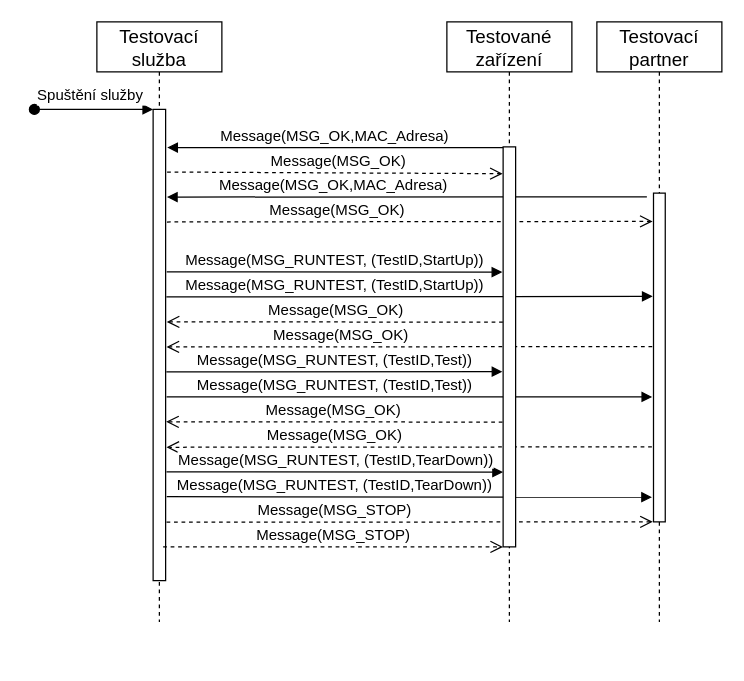
Above: assets/img/src/sequencediagram.drawio in wheeeper/bachelors-thesis (draw.io), before the change. Source tidied: cells renumbered, new cells numbered last; positions are measured from the earlier drawing's top-left corner, leaving out a move shared by most shapes. Both pictures are drawn from the tidied source at 125%, with x=0, y=0 at pixel (34, 21).
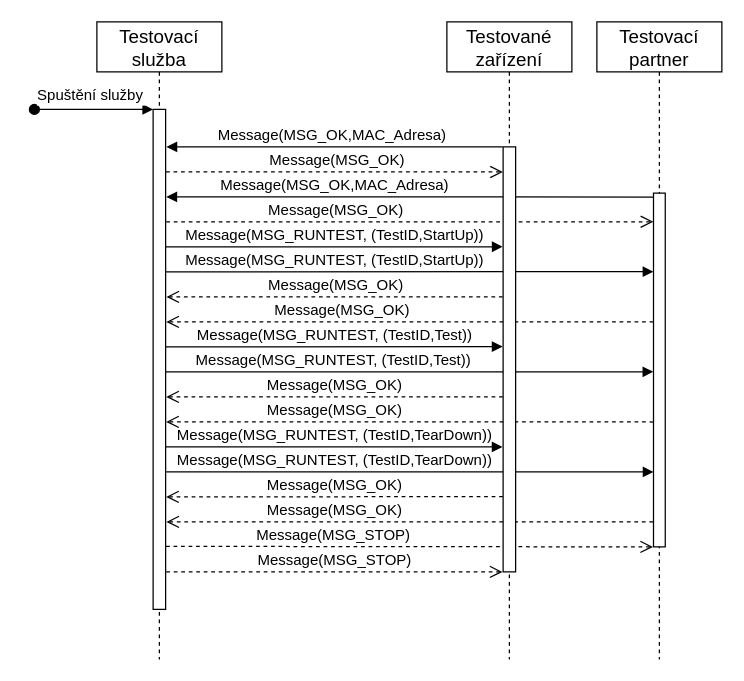
After the change.

Commit message (it also covers changes not shown here):
update sekvencniho diagramu

Change to the diagram source:
```diff
@@
+    <mxCell id="25" value="Message(MSG_OK)" style="html=1;verticalAlign=bottom;endArrow=open;dashed=1;endSize=8;fontSize=12;entryX=1.061;entryY=0.825;entryDx=0;entryDy=0;entryPerimeter=0;exitX=-0.034;exitY=0.929;exitDx=0;exitDy=0;exitPerimeter=0;" parent="1" edge="1" source="18" target="13">
+      <mxGeometry x="0.31" relative="1" as="geometry" />
+    </mxCell>
-    <mxCell id="2" value="Message(MSG_RUNTEST, (TestID,Test))" style="html=1;verticalAlign=bottom;endArrow=block;exitX=1.079;exitY=0.61;exitDx=0;exitDy=0;exitPerimeter=0;entryX=-0.111;entryY=0.62;entryDx=0;entryDy=0;entryPerimeter=0;fontSize=12;" parent="1" edge="1" source="13" target="18">
+    <mxCell id="2" value="Message(MSG_RUNTEST, (TestID,Test))" style="html=1;verticalAlign=bottom;endArrow=block;fontSize=12;exitX=1.029;exitY=0.525;exitDx=0;exitDy=0;exitPerimeter=0;entryX=-0.017;entryY=0.505;entryDx=0;entryDy=0;entryPerimeter=0;" parent="1" edge="1" source="13" target="18">
       <mxGeometry x="-0.31" relative="1" as="geometry" />
     </mxCell>
-    <mxCell id="3" value="Message(MSG_OK,MAC_Adresa)" style="html=1;verticalAlign=bottom;endArrow=block;entryX=1.107;entryY=0.186;entryDx=0;entryDy=0;entryPerimeter=0;fontSize=12;" parent="1" edge="1" target="13">
-      <mxGeometry x="0.31" relative="1" as="geometry">
-        <mxPoint x="490" y="140" as="sourcePoint" />
-      </mxGeometry>
+    <mxCell id="3" value="Message(MSG_OK,MAC_Adresa)" style="html=1;verticalAlign=bottom;endArrow=block;fontSize=12;exitX=-0.034;exitY=0.011;exitDx=0;exitDy=0;exitPerimeter=0;entryX=1.061;entryY=0.175;entryDx=0;entryDy=0;entryPerimeter=0;" parent="1" edge="1" source="18" target="13">
+      <mxGeometry x="0.31" relative="1" as="geometry" />
     </mxCell>
-    <mxCell id="4" value="Message(MSG_OK)" style="html=1;verticalAlign=bottom;endArrow=open;dashed=1;endSize=8;exitX=1.107;exitY=0.239;exitDx=0;exitDy=0;exitPerimeter=0;entryX=-0.074;entryY=0.086;entryDx=0;entryDy=0;entryPerimeter=0;fontSize=12;" parent="1" edge="1" source="13" target="18">
+    <mxCell id="4" value="Message(MSG_OK)" style="html=1;verticalAlign=bottom;endArrow=open;dashed=1;endSize=8;fontSize=12;exitX=1.048;exitY=0.225;exitDx=0;exitDy=0;exitPerimeter=0;entryX=-0.017;entryY=0.081;entryDx=0;entryDy=0;entryPerimeter=0;" parent="1" edge="1" source="13" target="18">
       <mxGeometry x="-0.3" relative="1" as="geometry" />
     </mxCell>
-    <mxCell id="5" value="Message(MSG_STOP)" style="html=1;verticalAlign=bottom;endArrow=open;dashed=1;endSize=8;exitX=1.071;exitY=0.876;exitDx=0;exitDy=0;exitPerimeter=0;entryX=-0.059;entryY=1;entryDx=0;entryDy=0;entryPerimeter=0;fontSize=12;" parent="1" edge="1" source="13" target="18">
+    <mxCell id="5" value="Message(MSG_STOP)" style="html=1;verticalAlign=bottom;endArrow=open;dashed=1;endSize=8;fontSize=12;entryX=-0.042;entryY=1;entryDx=0;entryDy=0;entryPerimeter=0;exitX=1.034;exitY=0.874;exitDx=0;exitDy=0;exitPerimeter=0;" parent="1" edge="1" source="13" target="18">
       <mxGeometry x="-0.31" relative="1" as="geometry" />
     </mxCell>
-    <mxCell id="6" value="Message(MSG_RUNTEST, (TestID,TearDown))" style="html=1;verticalAlign=bottom;endArrow=block;exitX=1.088;exitY=0.822;exitDx=0;exitDy=0;exitPerimeter=0;entryX=-0.131;entryY=0.925;entryDx=0;entryDy=0;entryPerimeter=0;fontSize=12;" parent="1" edge="1" source="13" target="18">
+    <mxCell id="6" value="Message(MSG_RUNTEST, (TestID,TearDown))" style="html=1;verticalAlign=bottom;endArrow=block;fontSize=12;exitX=1.042;exitY=0.725;exitDx=0;exitDy=0;exitPerimeter=0;entryX=-0.001;entryY=0.788;entryDx=0;entryDy=0;entryPerimeter=0;" parent="1" edge="1" source="13" target="18">
       <mxGeometry x="-0.31" relative="1" as="geometry" />
     </mxCell>
-    <mxCell id="7" value="Message(MSG_OK)" style="html=1;verticalAlign=bottom;endArrow=open;dashed=1;endSize=8;entryX=1.07;entryY=0.717;entryDx=0;entryDy=0;entryPerimeter=0;fontSize=12;" parent="1" edge="1" target="13">
-      <mxGeometry x="0.31" relative="1" as="geometry">
-        <mxPoint x="494" y="340" as="sourcePoint" />
-      </mxGeometry>
+    <mxCell id="7" value="Message(MSG_OK)" style="html=1;verticalAlign=bottom;endArrow=open;dashed=1;endSize=8;fontSize=12;entryX=1.042;entryY=0.625;entryDx=0;entryDy=0;entryPerimeter=0;exitX=-0.017;exitY=0.647;exitDx=0;exitDy=0;exitPerimeter=0;" parent="1" edge="1" source="18" target="13">
+      <mxGeometry x="0.31" relative="1" as="geometry" />
     </mxCell>
-    <mxCell id="8" value="Message(MSG_OK)" style="html=1;verticalAlign=bottom;endArrow=open;dashed=1;endSize=8;entryX=1.07;entryY=0.504;entryDx=0;entryDy=0;entryPerimeter=0;exitX=-0.108;exitY=0.467;exitDx=0;exitDy=0;exitPerimeter=0;fontSize=12;" parent="1" edge="1" source="18" target="13">
+    <mxCell id="8" value="Message(MSG_OK)" style="html=1;verticalAlign=bottom;endArrow=open;dashed=1;endSize=8;fontSize=12;entryX=1.055;entryY=0.425;entryDx=0;entryDy=0;entryPerimeter=0;exitX=-0.017;exitY=0.364;exitDx=0;exitDy=0;exitPerimeter=0;" parent="1" edge="1" source="18" target="13">
       <mxGeometry x="0.28" relative="1" as="geometry" />
     </mxCell>
-    <mxCell id="9" value="Message(MSG_RUNTEST, (TestID,StartUp))" style="html=1;verticalAlign=bottom;endArrow=block;exitX=1.06;exitY=0.398;exitDx=0;exitDy=0;exitPerimeter=0;entryX=-0.074;entryY=0.314;entryDx=0;entryDy=0;entryPerimeter=0;fontSize=12;" parent="1" edge="1" source="13" target="18">
+    <mxCell id="9" value="Message(MSG_RUNTEST, (TestID,StartUp))" style="html=1;verticalAlign=bottom;endArrow=block;fontSize=12;exitX=1.023;exitY=0.325;exitDx=0;exitDy=0;exitPerimeter=0;entryX=-0.009;entryY=0.222;entryDx=0;entryDy=0;entryPerimeter=0;" parent="1" edge="1" source="13" target="18">
       <mxGeometry x="-0.31" relative="1" as="geometry" />
     </mxCell>
-    <mxCell id="10" value="Message(MSG_OK)" style="html=1;verticalAlign=bottom;endArrow=open;dashed=1;endSize=8;entryX=-0.036;entryY=0.067;entryDx=0;entryDy=0;entryPerimeter=0;exitX=1.118;exitY=0.133;exitDx=0;exitDy=0;exitPerimeter=0;fontSize=12;" parent="1" edge="1" source="13" target="16">
+    <mxCell id="10" value="Message(MSG_OK)" style="html=1;verticalAlign=bottom;endArrow=open;dashed=1;endSize=8;fontSize=12;exitX=1.035;exitY=0.125;exitDx=0;exitDy=0;exitPerimeter=0;entryX=-0.019;entryY=0.059;entryDx=0;entryDy=0;entryPerimeter=0;" parent="1" edge="1" source="13" target="16">
       <mxGeometry x="0.02" relative="1" as="geometry" />
     </mxCell>
-    <mxCell id="11" value="Message(MSG_OK,MAC_Adresa)" style="html=1;verticalAlign=bottom;endArrow=block;exitX=0.5;exitY=0.002;exitDx=0;exitDy=0;exitPerimeter=0;entryX=1.13;entryY=0.081;entryDx=0;entryDy=0;entryPerimeter=0;fontSize=12;" parent="1" edge="1" source="16" target="13">
+    <mxCell id="11" value="Message(MSG_OK,MAC_Adresa)" style="html=1;verticalAlign=bottom;endArrow=block;fontSize=12;entryX=1.068;entryY=0.075;entryDx=0;entryDy=0;entryPerimeter=0;exitX=-0.035;exitY=0;exitDx=0;exitDy=0;exitPerimeter=0;" parent="1" edge="1" source="16" target="13">
       <mxGeometry x="0.02" relative="1" as="geometry" />
     </mxCell>
     <mxCell id="12" value="Testovací &#10;služba" style="shape=umlLifeline;perimeter=lifelinePerimeter;rounded=0;shadow=0;strokeWidth=1;fontSize=15;" parent="1" vertex="1">
-      <mxGeometry x="50" width="100" height="480" as="geometry" />
+      <mxGeometry x="50" width="100" height="510" as="geometry" />
     </mxCell>
     <mxCell id="13" style="points=[];perimeter=orthogonalPerimeter;rounded=0;shadow=0;strokeWidth=1;" parent="12" vertex="1">
-      <mxGeometry x="45" y="70" width="10" height="377" as="geometry" />
+      <mxGeometry x="45" y="70" width="10" height="400" as="geometry" />
     </mxCell>
@@
     <mxCell id="15" value="Testované &#10;zařízení" style="shape=umlLifeline;perimeter=lifelinePerimeter;rounded=0;shadow=0;strokeWidth=1;fontSize=15;" parent="1" vertex="1">
-      <mxGeometry x="330" width="100" height="480" as="geometry" />
+      <mxGeometry x="330" width="100" height="510" as="geometry" />
     </mxCell>
-    <mxCell id="16" style="points=[];perimeter=orthogonalPerimeter;rounded=0;shadow=0;strokeWidth=1;" parent="15" vertex="1">
-      <mxGeometry x="45" y="100" width="10" height="320" as="geometry" />
+    <mxCell id="16" style="points=[];perimeter=orthogonalPerimeter;rounded=0;shadow=0;strokeWidth=1;fontStyle=4;" parent="15" vertex="1">
+      <mxGeometry x="45" y="100" width="10" height="340" as="geometry" />
     </mxCell>
     <mxCell id="17" value="Testovací&#10;partner" style="shape=umlLifeline;perimeter=lifelinePerimeter;rounded=0;shadow=0;strokeWidth=1;fontSize=15;" parent="1" vertex="1">
-      <mxGeometry x="450" width="100" height="480" as="geometry" />
+      <mxGeometry x="450" width="100" height="510" as="geometry" />
     </mxCell>
     <mxCell id="18" style="points=[];perimeter=orthogonalPerimeter;rounded=0;shadow=0;strokeWidth=1;" parent="17" vertex="1">
-      <mxGeometry x="45.3" y="137" width="9.4" height="263" as="geometry" />
+      <mxGeometry x="45.3" y="137" width="9.4" height="283" as="geometry" />
     </mxCell>
-    <mxCell id="19" value="Message(MSG_RUNTEST, (TestID,StartUp))" style="html=1;verticalAlign=bottom;endArrow=block;exitX=1.088;exitY=0.345;exitDx=0;exitDy=0;exitPerimeter=0;entryX=-0.067;entryY=0.313;entryDx=0;entryDy=0;entryPerimeter=0;fontSize=12;" parent="1" edge="1" source="13" target="16">
+    <mxCell id="19" value="Message(MSG_RUNTEST, (TestID,StartUp))" style="html=1;verticalAlign=bottom;endArrow=block;fontSize=12;exitX=1.029;exitY=0.275;exitDx=0;exitDy=0;exitPerimeter=0;entryX=-0.041;entryY=0.235;entryDx=0;entryDy=0;entryPerimeter=0;" parent="1" edge="1" source="13" target="16">
       <mxGeometry relative="1" as="geometry" />
     </mxCell>
-    <mxCell id="20" value="Message(MSG_OK)" style="html=1;verticalAlign=bottom;endArrow=open;dashed=1;endSize=8;entryX=1.088;entryY=0.451;entryDx=0;entryDy=0;entryPerimeter=0;exitX=-0.02;exitY=0.438;exitDx=0;exitDy=0;exitPerimeter=0;fontSize=12;" parent="1" edge="1" source="16" target="13">
+    <mxCell id="20" value="Message(MSG_OK)" style="html=1;verticalAlign=bottom;endArrow=open;dashed=1;endSize=8;fontSize=12;entryX=1.068;entryY=0.375;entryDx=0;entryDy=0;entryPerimeter=0;exitX=-0.035;exitY=0.353;exitDx=0;exitDy=0;exitPerimeter=0;" parent="1" edge="1" source="16" target="13">
       <mxGeometry relative="1" as="geometry" />
     </mxCell>
-    <mxCell id="21" value="Message(MSG_RUNTEST, (TestID,Test))" style="html=1;verticalAlign=bottom;endArrow=block;exitX=1.06;exitY=0.557;exitDx=0;exitDy=0;exitPerimeter=0;entryX=-0.059;entryY=0.562;entryDx=0;entryDy=0;entryPerimeter=0;fontSize=12;" parent="1" edge="1" source="13" target="16">
+    <mxCell id="21" value="Message(MSG_RUNTEST, (TestID,Test))" style="html=1;verticalAlign=bottom;endArrow=block;fontSize=12;exitX=1.023;exitY=0.475;exitDx=0;exitDy=0;exitPerimeter=0;entryX=-0.046;entryY=0.47;entryDx=0;entryDy=0;entryPerimeter=0;" parent="1" edge="1" source="13" target="16">
       <mxGeometry relative="1" as="geometry" />
     </mxCell>
-    <mxCell id="22" value="Message(MSG_OK)" style="html=1;verticalAlign=bottom;endArrow=open;dashed=1;endSize=8;entryX=1.042;entryY=0.663;entryDx=0;entryDy=0;entryPerimeter=0;exitX=-0.051;exitY=0.688;exitDx=0;exitDy=0;exitPerimeter=0;fontSize=12;" parent="1" edge="1" source="16" target="13">
+    <mxCell id="22" value="Message(MSG_OK)" style="html=1;verticalAlign=bottom;endArrow=open;dashed=1;endSize=8;fontSize=12;entryX=1.048;entryY=0.575;entryDx=0;entryDy=0;entryPerimeter=0;exitX=-0.025;exitY=0.588;exitDx=0;exitDy=0;exitPerimeter=0;" parent="1" edge="1" source="16" target="13">
       <mxGeometry relative="1" as="geometry" />
     </mxCell>
-    <mxCell id="23" value="Message(MSG_RUNTEST, (TestID,TearDown))" style="html=1;verticalAlign=bottom;endArrow=block;exitX=1.07;exitY=0.769;exitDx=0;exitDy=0;exitPerimeter=0;entryX=-0.012;entryY=0.813;entryDx=0;entryDy=0;entryPerimeter=0;fontSize=12;" parent="1" edge="1" source="13" target="16">
+    <mxCell id="23" value="Message(MSG_RUNTEST, (TestID,TearDown))" style="html=1;verticalAlign=bottom;endArrow=block;fontSize=12;labelBackgroundColor=none;exitX=1.029;exitY=0.675;exitDx=0;exitDy=0;exitPerimeter=0;entryX=-0.046;entryY=0.706;entryDx=0;entryDy=0;entryPerimeter=0;" parent="1" edge="1" source="13" target="16">
       <mxGeometry relative="1" as="geometry" />
     </mxCell>
-    <mxCell id="24" value="Message(MSG_STOP)" style="html=1;verticalAlign=bottom;endArrow=open;dashed=1;endSize=8;entryX=-0.008;entryY=1;entryDx=0;entryDy=0;entryPerimeter=0;fontSize=12;" parent="1" edge="1" target="16">
-      <mxGeometry relative="1" as="geometry">
-        <mxPoint x="103" y="420" as="sourcePoint" />
-      </mxGeometry>
+    <mxCell id="24" value="Message(MSG_STOP)" style="html=1;verticalAlign=bottom;endArrow=open;dashed=1;endSize=8;fontSize=12;exitX=1.048;exitY=0.925;exitDx=0;exitDy=0;exitPerimeter=0;entryX=-0.052;entryY=1;entryDx=0;entryDy=0;entryPerimeter=0;" parent="1" edge="1" source="13" target="16">
+      <mxGeometry relative="1" as="geometry" />
     </mxCell>
+    <mxCell id="26" value="Message(MSG_OK)" style="html=1;verticalAlign=bottom;endArrow=open;dashed=1;endSize=8;fontSize=12;entryX=1.042;entryY=0.775;entryDx=0;entryDy=0;entryPerimeter=0;exitX=-0.019;exitY=0.823;exitDx=0;exitDy=0;exitPerimeter=0;" parent="1" edge="1" source="16" target="13">
+      <mxGeometry relative="1" as="geometry" />
+    </mxCell>
```
